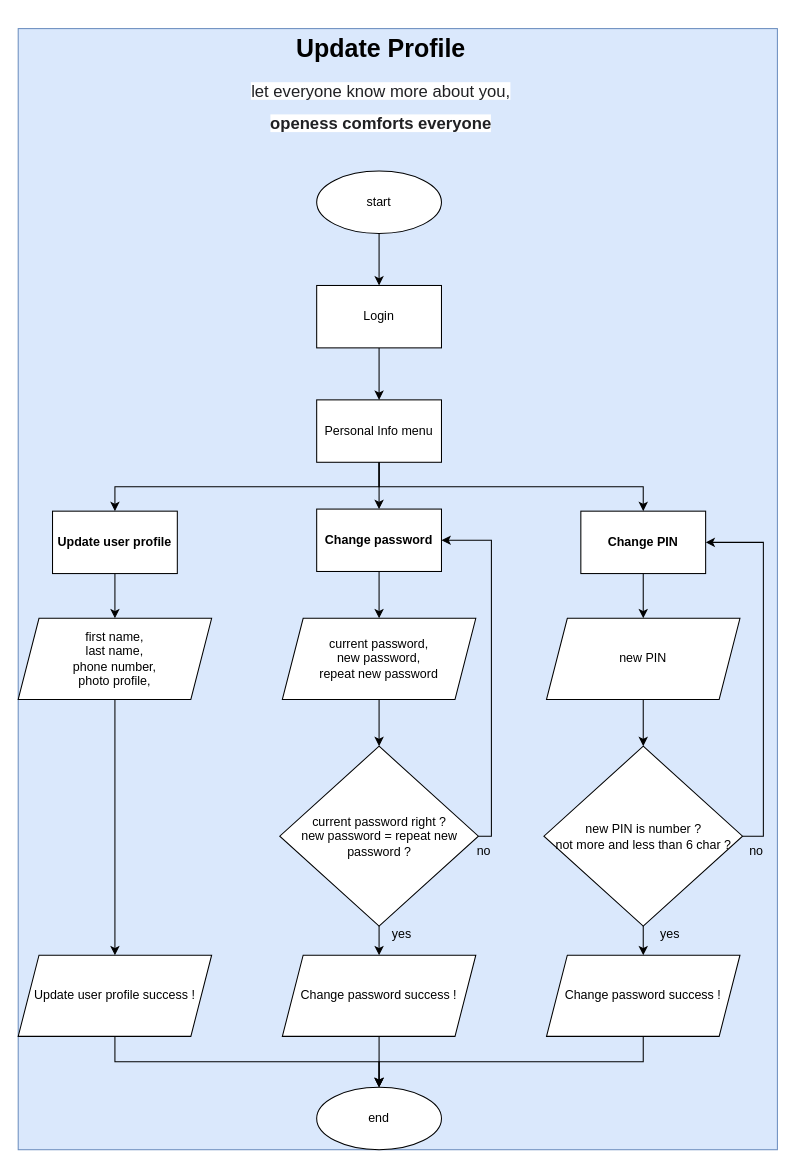
Above: page "Update Profile" (3 of 3) of Walletchip.drawio in budimanindra/walletchip-backend (draw.io), before the change. Source tidied: cells renumbered, new cells numbered last; positions are measured from the earlier drawing's top-left corner, leaving out a move shared by most shapes. Both pictures are drawn from the tidied source at 104%, with x=0, y=0 at pixel (18, 28).
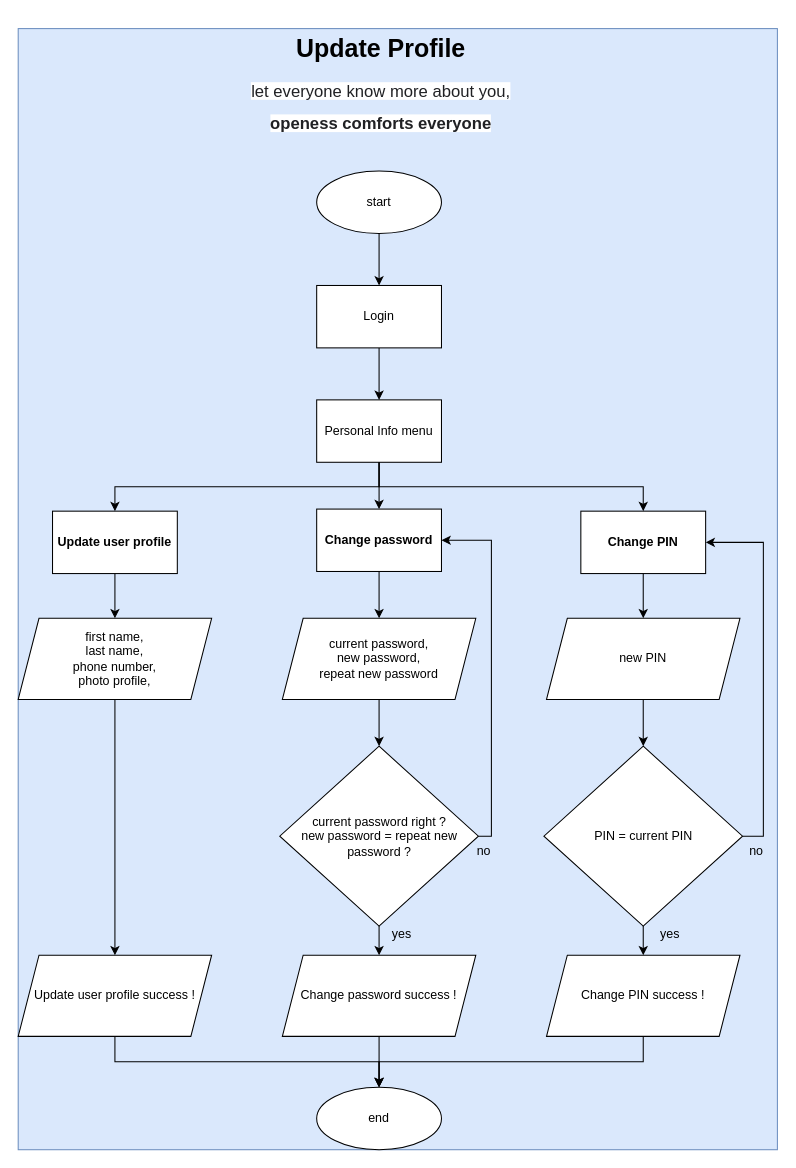
The same diagram, later.

Unchanged cells that the change refers to:
```xml
<mxCell id="2" style="group;fillColor=#dae8fc;strokeColor=#6c8ebf;" parent="1" vertex="1">
  <mxGeometry width="730" height="1078" as="geometry" />
</mxCell>
```

What changed in the source:
```diff
@@
-    <mxCell id="30" value="Change password success !" style="shape=parallelogram;perimeter=parallelogramPerimeter;whiteSpace=wrap;html=1;fixedSize=1;" parent="2" vertex="1">
+    <mxCell id="30" value="Change PIN success !" style="shape=parallelogram;perimeter=parallelogramPerimeter;whiteSpace=wrap;html=1;fixedSize=1;" parent="2" vertex="1">
       <mxGeometry x="508" y="891" width="186" height="78" as="geometry" />
     </mxCell>
@@
-    <mxCell id="35" value="new PIN is number ?&lt;br&gt;not more and less than 6 char ?" style="rhombus;whiteSpace=wrap;html=1;" parent="2" vertex="1">
+    <mxCell id="35" value="PIN = current PIN" style="rhombus;whiteSpace=wrap;html=1;" parent="2" vertex="1">
       <mxGeometry x="505.5" y="690" width="191" height="173" as="geometry" />
     </mxCell>
```
